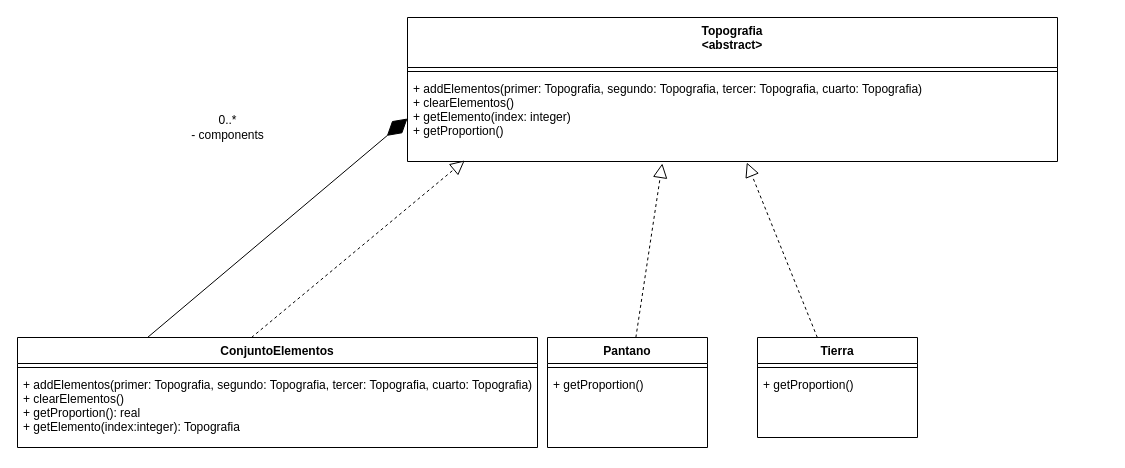
ssofiaavila/OO2--Informatica-UNLP keeps this draw.io diagram as Prácticas/UML's/practica2_1.drawio. Above is the earlier version. Source tidied: cells renumbered, new cells numbered last; positions are measured from the earlier drawing's top-left corner, leaving out a move shared by most shapes. Both pictures are drawn from the tidied source at 100%, with x=0, y=0 at pixel (17, 17).
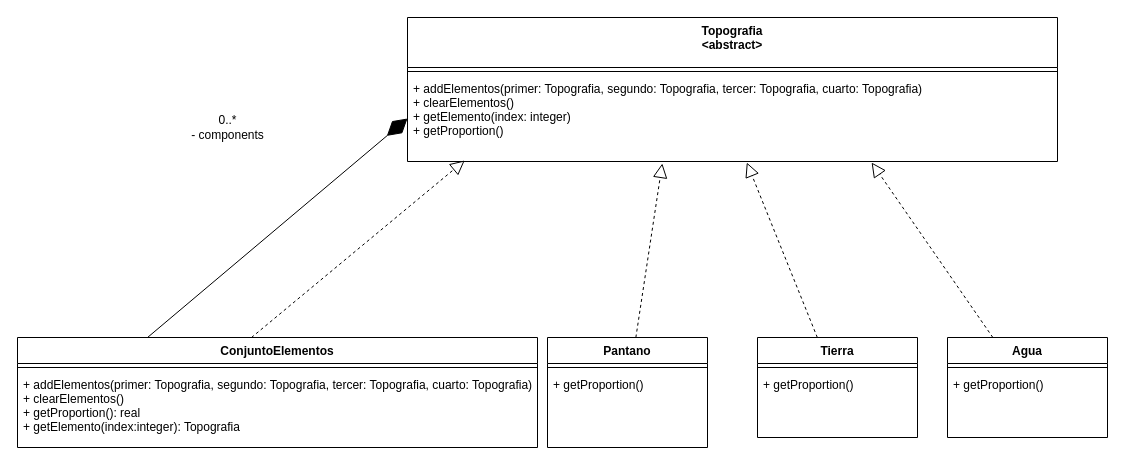
After the change.

The change refers to these unchanged cells:
```xml
<mxCell id="4" value="+ addElementos(primer: Topografia, segundo: Topografia, tercer: Topografia, cuarto: Topografia)&#10;+ clearElementos()&#10;+ getElemento(index: integer)&#10;+ getProportion()" style="text;strokeColor=none;fillColor=none;align=left;verticalAlign=top;spacingLeft=4;spacingRight=4;overflow=hidden;points=[[0,0.5],[1,0.5]];portConstraint=eastwest;" parent="2" vertex="1">
  <mxGeometry y="58" width="650" height="86" as="geometry" />
</mxCell>
```

The edit, as a diff of the source:
```diff
@@
+    <mxCell id="19" value="Agua" style="swimlane;fontStyle=1;align=center;verticalAlign=top;horizontal=1;startSize=26;" parent="1" vertex="1">
+      <mxGeometry x="930" y="320" width="160" height="100" as="geometry" />
+    </mxCell>
+    <mxCell id="20" style="line;strokeWidth=1;fillColor=none;align=left;verticalAlign=middle;spacingTop=-1;spacingLeft=3;spacingRight=3;labelPosition=right;" parent="19" vertex="1">
+      <mxGeometry y="26" width="160" height="8" as="geometry" />
+    </mxCell>
+    <mxCell id="21" value="+ getProportion()" style="text;strokeColor=none;fillColor=none;align=left;verticalAlign=top;spacingLeft=4;spacingRight=4;overflow=hidden;" parent="19" vertex="1">
+      <mxGeometry y="34" width="160" height="66" as="geometry" />
+    </mxCell>
+    <mxCell id="22" style="endArrow=block;dashed=1;endFill=0;endSize=12;html=1;rounded=0;entryX=0.714;entryY=1.012;entryDx=0;entryDy=0;entryPerimeter=0;" parent="1" edge="1" source="19" target="4">
+      <mxGeometry relative="1" as="geometry" />
+    </mxCell>
```
